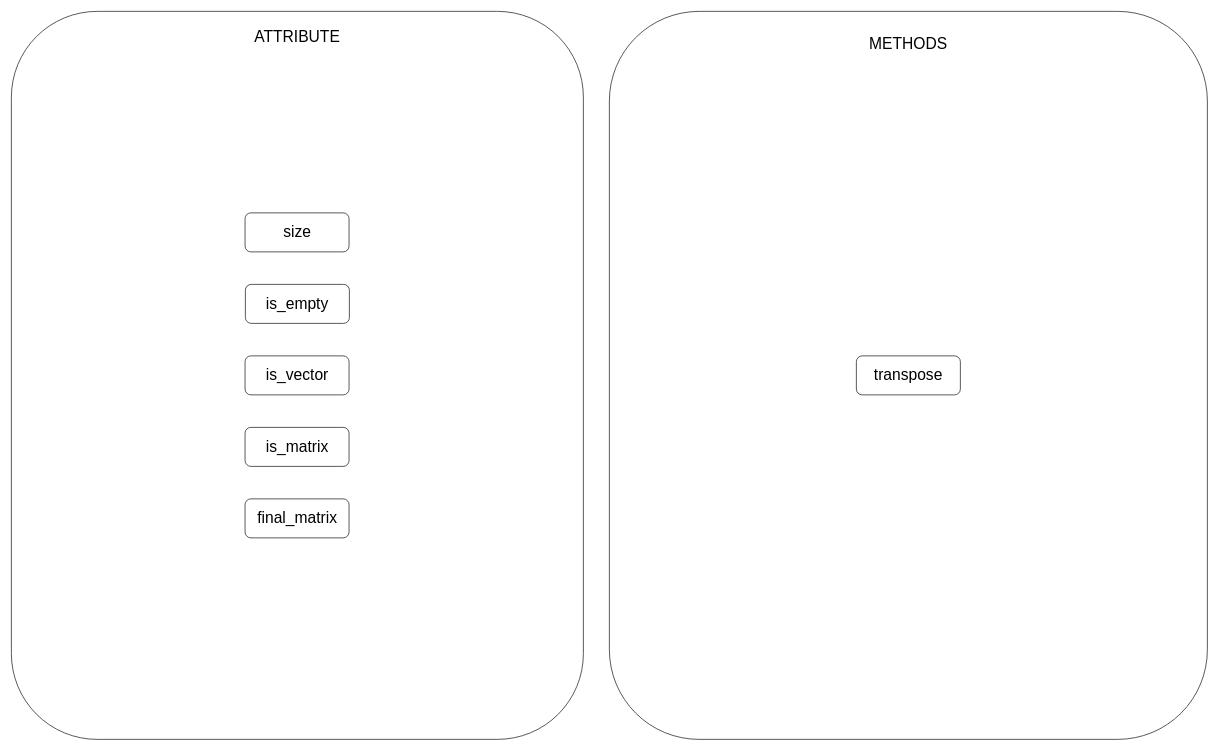
Above: page "COMMON" (2 of 5) of la-lib.drawio in raghavendra-musubi/linear_algebra (draw.io), before the change. Source tidied: cells renumbered, new cells numbered last; positions are measured from the earlier drawing's top-left corner, leaving out a move shared by most shapes. Both pictures are drawn from the tidied source at 65%, with x=0, y=0 at pixel (11, 11).
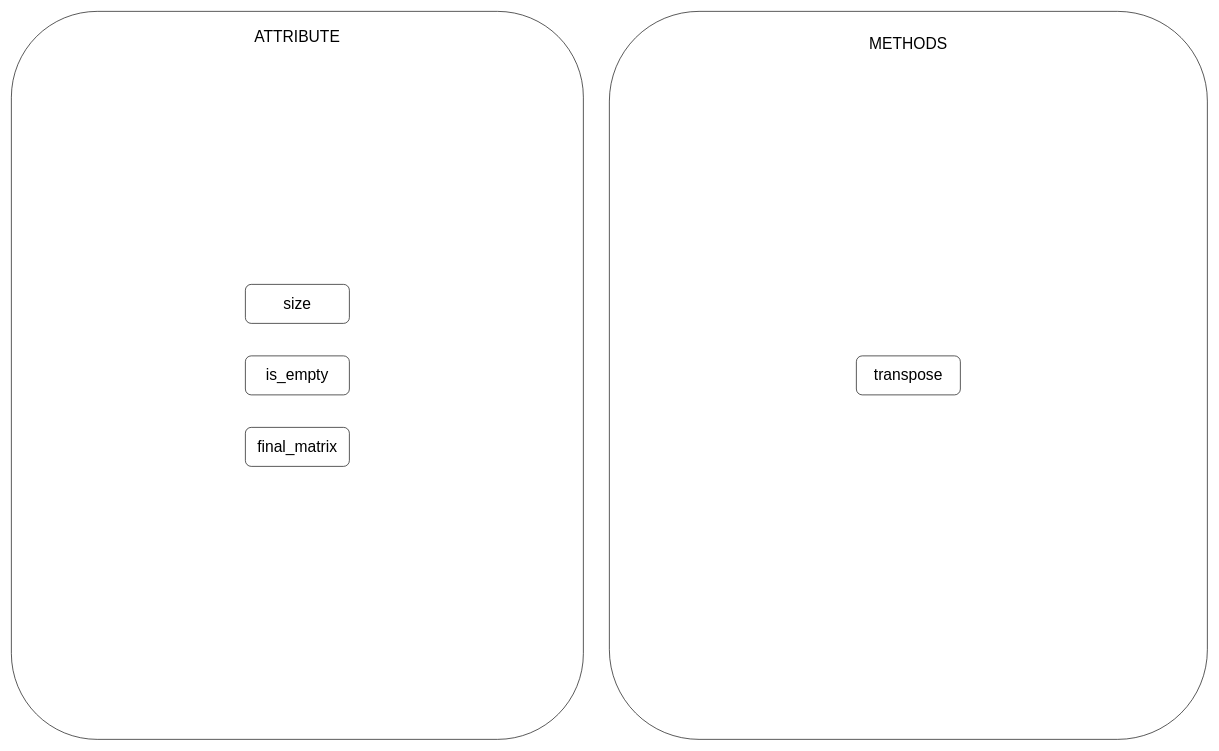
After the change.

What changed in the source:
```diff
@@
 <mxGraphModel>
   <root>
     <mxCell id="0" />
     <mxCell id="1" parent="0" />
     <mxCell id="2" style="rounded=1;whiteSpace=wrap;html=1;" parent="1" vertex="1">
       <mxGeometry x="920" width="920" height="1120" as="geometry" />
     </mxCell>
     <mxCell id="3" style="rounded=1;whiteSpace=wrap;html=1;" parent="1" vertex="1">
       <mxGeometry width="880" height="1120" as="geometry" />
     </mxCell>
     <mxCell id="4" value="&lt;font style=&quot;font-size: 24px&quot;&gt;size&lt;/font&gt;" style="rounded=1;whiteSpace=wrap;html=1;" parent="1" vertex="1">
-      <mxGeometry x="359.5" y="310" width="160" height="60" as="geometry" />
+      <mxGeometry x="360" y="420" width="160" height="60" as="geometry" />
     </mxCell>
     <mxCell id="5" value="&lt;font style=&quot;font-size: 24px&quot;&gt;transpose&lt;/font&gt;" style="rounded=1;whiteSpace=wrap;html=1;" parent="1" vertex="1">
       <mxGeometry x="1300" y="530" width="160" height="60" as="geometry" />
     </mxCell>
     <mxCell id="6" value="&lt;font style=&quot;font-size: 24px&quot;&gt;ATTRIBUTE&lt;/font&gt;" style="text;html=1;strokeColor=none;fillColor=none;align=center;verticalAlign=middle;whiteSpace=wrap;rounded=0;" parent="1" vertex="1">
       <mxGeometry x="420" y="30" width="40" height="20" as="geometry" />
     </mxCell>
     <mxCell id="7" value="&lt;font style=&quot;font-size: 24px&quot;&gt;METHODS&lt;/font&gt;" style="text;html=1;strokeColor=none;fillColor=none;align=center;verticalAlign=middle;whiteSpace=wrap;rounded=0;" parent="1" vertex="1">
       <mxGeometry x="1360" y="40" width="40" height="20" as="geometry" />
     </mxCell>
-    <mxCell id="8" value="&lt;font style=&quot;font-size: 24px&quot;&gt;is_vector&lt;/font&gt;" style="rounded=1;whiteSpace=wrap;html=1;" parent="1" vertex="1">
-      <mxGeometry x="359.5" y="530" width="160" height="60" as="geometry" />
-    </mxCell>
-    <mxCell id="9" value="&lt;font style=&quot;font-size: 24px&quot;&gt;is_matrix&lt;/font&gt;" style="rounded=1;whiteSpace=wrap;html=1;" parent="1" vertex="1">
-      <mxGeometry x="359.5" y="640" width="160" height="60" as="geometry" />
-    </mxCell>
     <mxCell id="10" value="&lt;font style=&quot;font-size: 24px&quot;&gt;final_matrix&lt;/font&gt;" style="rounded=1;whiteSpace=wrap;html=1;" parent="1" vertex="1">
-      <mxGeometry x="359.5" y="750" width="160" height="60" as="geometry" />
+      <mxGeometry x="360" y="640" width="160" height="60" as="geometry" />
     </mxCell>
     <mxCell id="11" value="&lt;font style=&quot;font-size: 24px&quot;&gt;is_empty&lt;/font&gt;" style="rounded=1;whiteSpace=wrap;html=1;" parent="1" vertex="1">
-      <mxGeometry x="360" y="420" width="160" height="60" as="geometry" />
+      <mxGeometry x="360" y="530" width="160" height="60" as="geometry" />
     </mxCell>
   </root>
 </mxGraphModel>
```
